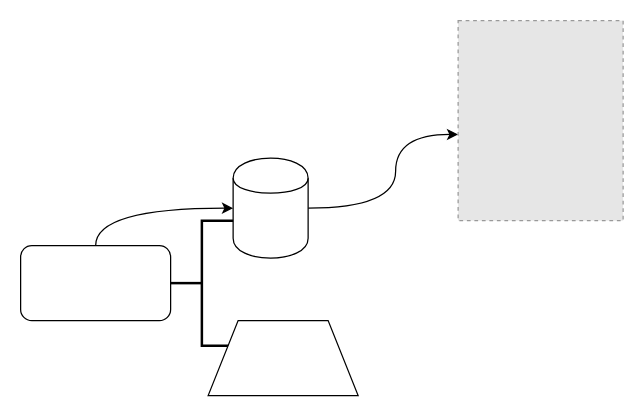
This is Untitled Diagram.drawio from dfree/edock, a draw.io file, before an edit. Source tidied: cells renumbered, new cells numbered last; positions are measured from the earlier drawing's top-left corner, leaving out a move shared by most shapes. Both pictures are drawn from the tidied source at 125%, with x=0, y=0 at pixel (20, 20). Pictures stored in the file or linked from it are replaced by grey dashed boxes.
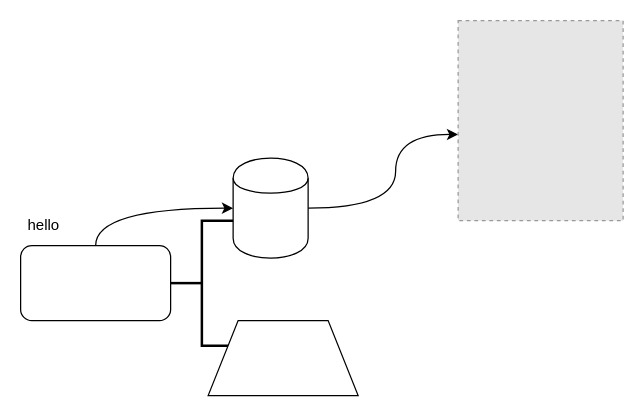
The same page after the edit.

The edit, as a diff of the source:
```diff
@@
 <mxGraphModel>
   <root>
     <mxCell id="0" />
     <mxCell id="1" parent="0" />
     <mxCell id="2" style="edgeStyle=orthogonalEdgeStyle;curved=1;rounded=0;jettySize=auto;html=1;exitX=1;exitY=0.5;exitDx=0;exitDy=0;entryX=0;entryY=0.569;entryDx=0;entryDy=0;entryPerimeter=0;" parent="1" edge="1" source="3" target="8">
       <mxGeometry relative="1" as="geometry">
         <Array as="points">
           <mxPoint x="300" y="150" />
           <mxPoint x="300" y="91" />
         </Array>
       </mxGeometry>
     </mxCell>
     <mxCell id="3" style="shape=cylinder;whiteSpace=wrap;html=1;boundedLbl=1;backgroundOutline=1;" parent="1" vertex="1">
       <mxGeometry x="170" y="110" width="60" height="80" as="geometry" />
     </mxCell>
     <mxCell id="4" style="edgeStyle=orthogonalEdgeStyle;curved=1;rounded=0;jettySize=auto;html=1;exitX=0.5;exitY=0;exitDx=0;exitDy=0;" parent="1" edge="1" source="5" target="3">
       <mxGeometry relative="1" as="geometry" />
     </mxCell>
     <mxCell id="5" style="rounded=1;whiteSpace=wrap;html=1;" parent="1" vertex="1">
       <mxGeometry y="180" width="120" height="60" as="geometry" />
     </mxCell>
     <mxCell id="6" style="strokeWidth=2;html=1;shape=mxgraph.flowchart.annotation_2;align=left;labelPosition=right;" parent="1" vertex="1">
       <mxGeometry x="120" y="160" width="50" height="100" as="geometry" />
     </mxCell>
     <mxCell id="7" style="shape=trapezoid;perimeter=trapezoidPerimeter;whiteSpace=wrap;html=1;" parent="1" vertex="1">
       <mxGeometry x="150" y="240" width="120" height="60" as="geometry" />
     </mxCell>
     <mxCell id="8" style="fillColor=#E6E6E6;strokeColor=#999999;dashed=1;verticalLabelPosition=bottom;labelBackgroundColor=#ffffff;verticalAlign=top;" parent="1" vertex="1">
       <mxGeometry x="350" width="132" height="160" as="geometry" />
     </mxCell>
+    <mxCell id="9" value="hello" style="text;strokeColor=none;fillColor=none;spacingLeft=4;spacingRight=4;overflow=hidden;fontSize=12;" parent="1" vertex="1">
+      <mxGeometry y="150" width="40" height="30" as="geometry" />
+    </mxCell>
   </root>
 </mxGraphModel>
```
